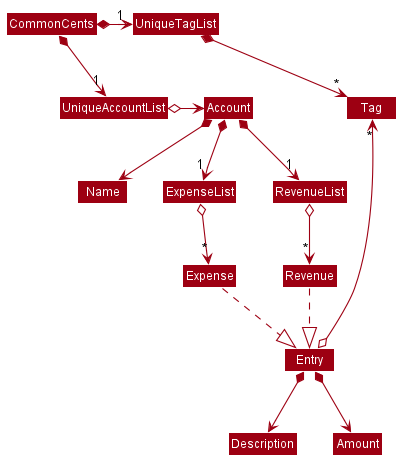
Earlier version of the PlantUML export docs/images/BetterModelClassDiagram.png (nus-cs2103-AY2021S1/tp).
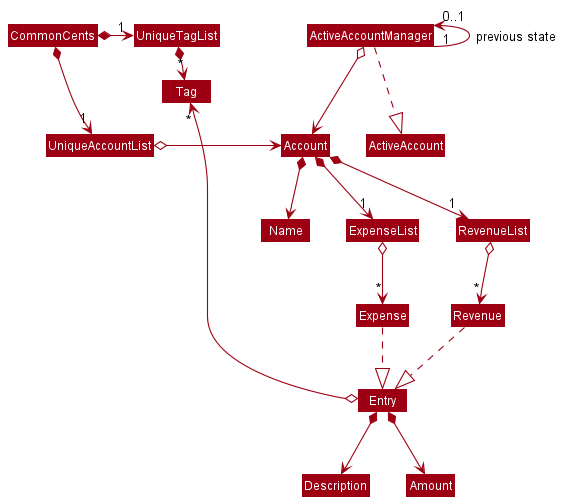
Above is the later version.

Change to the diagram source:
```diff
@@ -1,56 +1,8 @@
 @startuml
-
-
-
-
-
-
-
-
-
-skinparam BackgroundColor #FFFFFFF
-
-skinparam Shadowing false
-
-skinparam Class {
-    FontColor #FFFFFF
-    BorderThickness 1
-    BorderColor #FFFFFF
-    StereotypeFontColor #FFFFFF
-    FontName Arial
-}
-
-skinparam Actor {
-    BorderColor #000000
-    Color #000000
-    FontName Arial
-}
-
-skinparam Sequence {
-    MessageAlign center
-    BoxFontSize 15
-    BoxPadding 0
-    BoxFontColor #FFFFFF
-    FontName Arial
-}
-
-skinparam Participant {
-    FontColor #FFFFFFF
-    Padding 20
-}
-
-skinparam MinClassWidth 50
-skinparam ParticipantPadding 10
-skinparam Shadowing false
-skinparam DefaultTextAlignment center
-skinparam packageStyle Rectangle
-
-hide footbox
-hide members
-hide circle
+!include style.puml
 skinparam arrowThickness 1.1
-skinparam arrowColor #9D0012
-skinparam classBackgroundColor #9D0012
+skinparam arrowColor MODEL_COLOR
+skinparam classBackgroundColor MODEL_COLOR
 
 CommonCents *-right-> "1" UniqueAccountList
 CommonCents *-right-> "1" UniqueTagList
@@ -65,6 +17,10 @@
 Account *--> Name
 Account *--> "1" ExpenseList
 Account *--> "1" RevenueList
+ActiveAccountManager o--> Account
+ActiveAccountManager "1" -up-> "0..1" ActiveAccountManager : previous state
+ActiveAccountManager ..|> ActiveAccount
+
 
 ExpenseList o--> "*" Expense
 RevenueList o--> "*" Revenue
```
